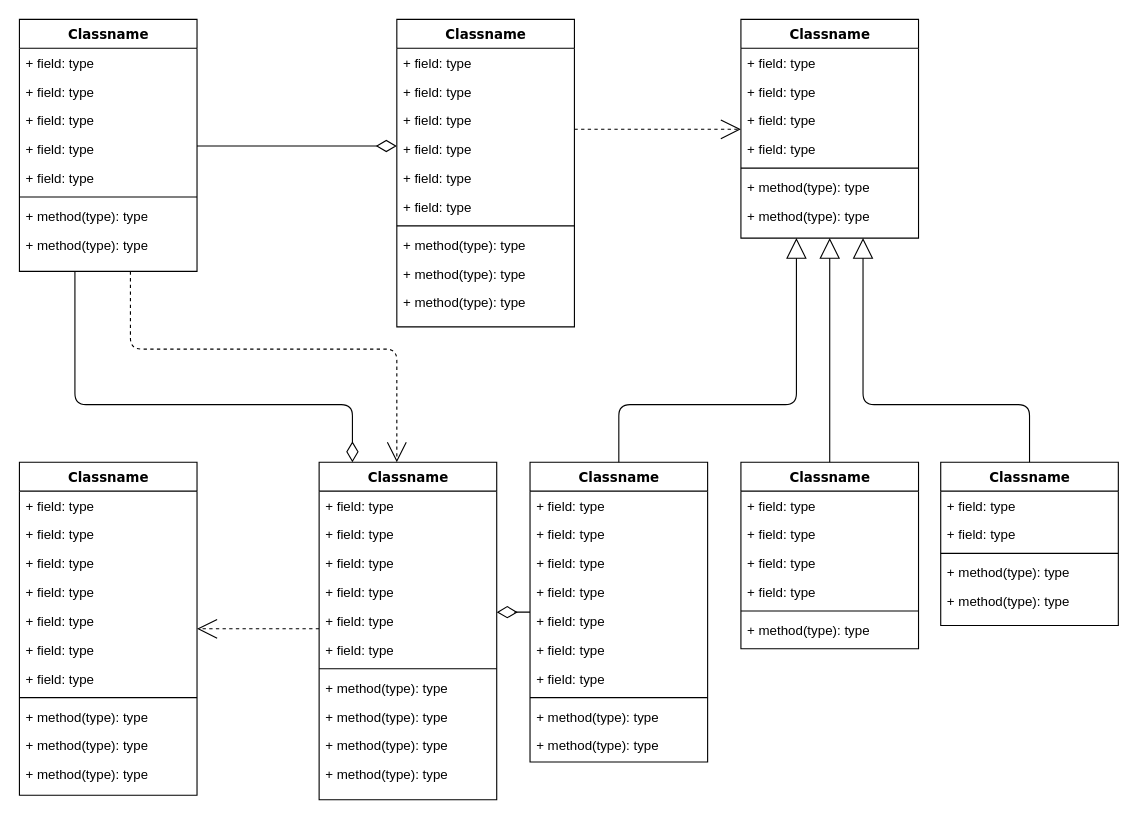
Before: Top80.drawio in lolanto-ds/diagram, a draw.io diagram. Source tidied: cells renumbered, new cells numbered last; positions are measured from the earlier drawing's top-left corner, leaving out a move shared by most shapes. Both pictures are drawn from the tidied source at 111%, with x=0, y=0 at pixel (19, 19).
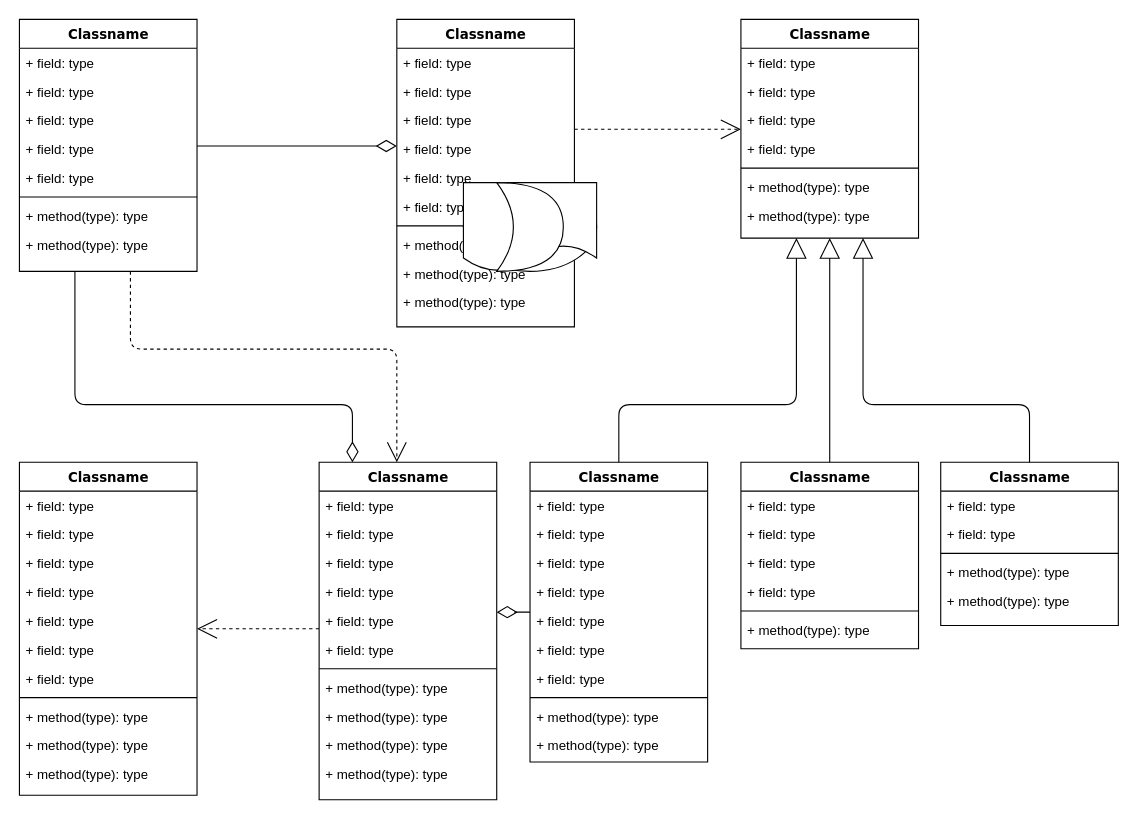
Above is the later version.

What changed in the source:
```diff
@@
+    <mxCell id="87" style="ellipse;whiteSpace=wrap;html=1;" parent="1" vertex="1">
+      <mxGeometry x="400" y="147" width="120" height="80" as="geometry" />
+    </mxCell>
+    <mxCell id="88" style="shape=document;whiteSpace=wrap;html=1;boundedLbl=1;" parent="1" vertex="1">
+      <mxGeometry x="400" y="147" width="120" height="80" as="geometry" />
+    </mxCell>
+    <mxCell id="89" style="shape=xor;whiteSpace=wrap;html=1;" parent="1" vertex="1">
+      <mxGeometry x="430" y="147" width="60" height="80" as="geometry" />
+    </mxCell>
```
